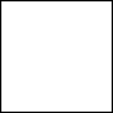
Above: docs/book-introduction-of-jfr/site/Untitled Diagram.svg in koduki/koduki.github.io (draw.io), before the change. Source tidied: cells renumbered, new cells last; positions are measured from the earlier drawing's top-left corner, leaving out a move shared by most shapes.
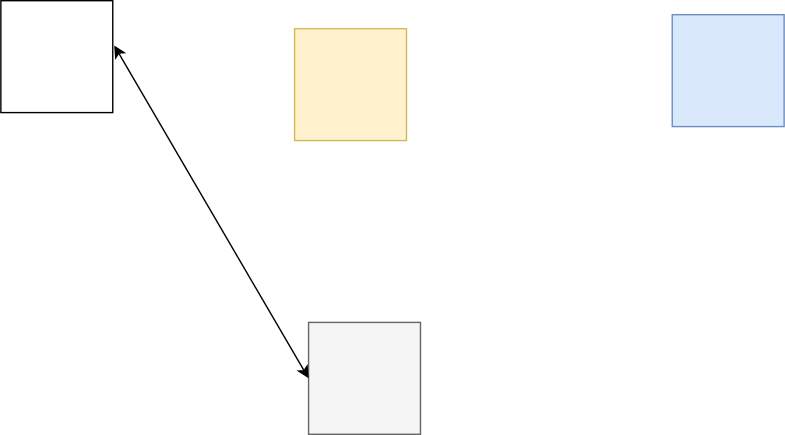
Later version of the same file.

The edit, as a diff of the source:
```diff
@@ -5,5 +5,17 @@
     <mxCell id="2" style="whiteSpace=wrap;html=1;" parent="1" vertex="1">
       <mxGeometry width="80" height="80" as="geometry" />
     </mxCell>
+    <mxCell id="3" style="whiteSpace=wrap;html=1;fillColor=#f5f5f5;strokeColor=#666666;fontColor=#333333;" parent="1" vertex="1">
+      <mxGeometry x="220" y="230" width="80" height="80" as="geometry" />
+    </mxCell>
+    <mxCell id="4" style="whiteSpace=wrap;html=1;fillColor=#dae8fc;strokeColor=#6c8ebf;" parent="1" vertex="1">
+      <mxGeometry x="480" y="10" width="80" height="80" as="geometry" />
+    </mxCell>
+    <mxCell id="5" style="whiteSpace=wrap;html=1;fillColor=#fff2cc;strokeColor=#d6b656;" parent="1" vertex="1">
+      <mxGeometry x="210" y="20" width="80" height="80" as="geometry" />
+    </mxCell>
+    <mxCell id="6" style="endArrow=classic;startArrow=classic;html=1;entryX=0;entryY=0.5;entryDx=0;entryDy=0;exitX=1.013;exitY=0.4;exitDx=0;exitDy=0;exitPerimeter=0;" parent="1" edge="1" source="2" target="3">
+      <mxGeometry relative="1" as="geometry" />
+    </mxCell>
   </root>
 </mxGraphModel>
```
